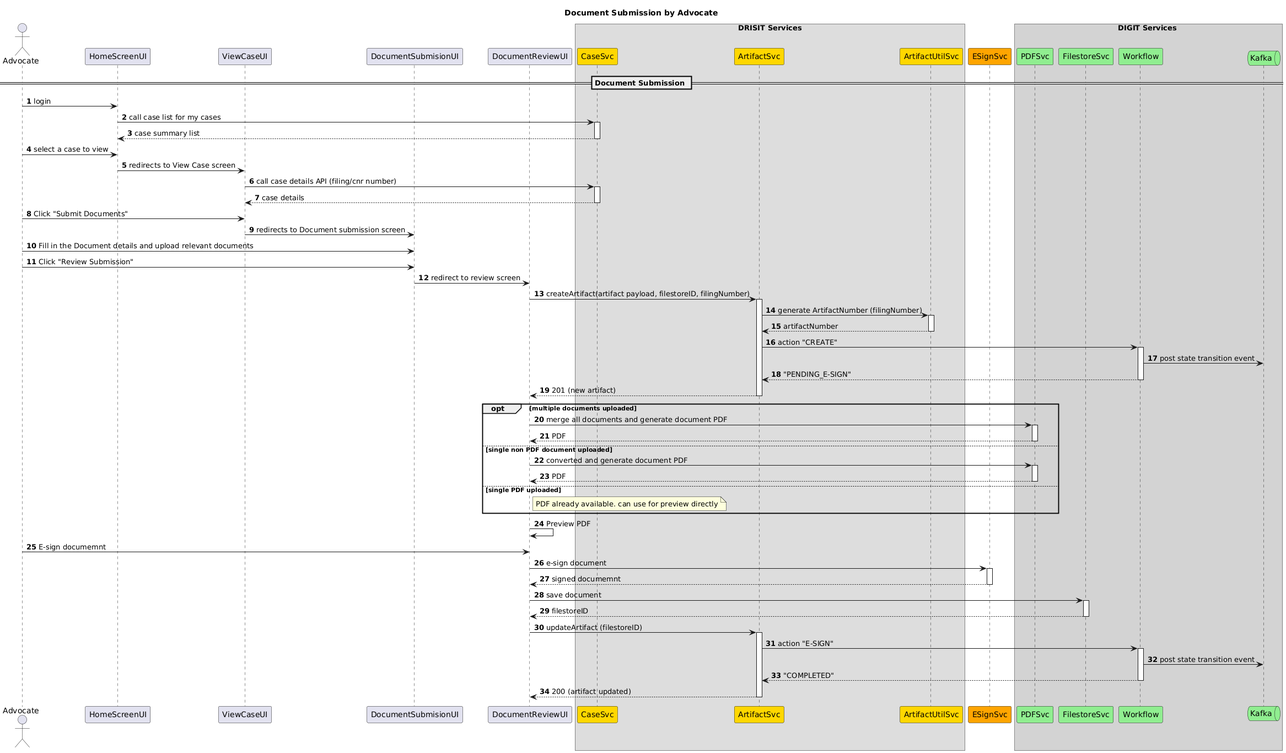
Before: docs/UI_Sequence_Diagrams/DocumentSubmission/Diagrams/Advocate_Document_Submission.png, a diagram exported from PlantUML (pucardotorg/dristi).
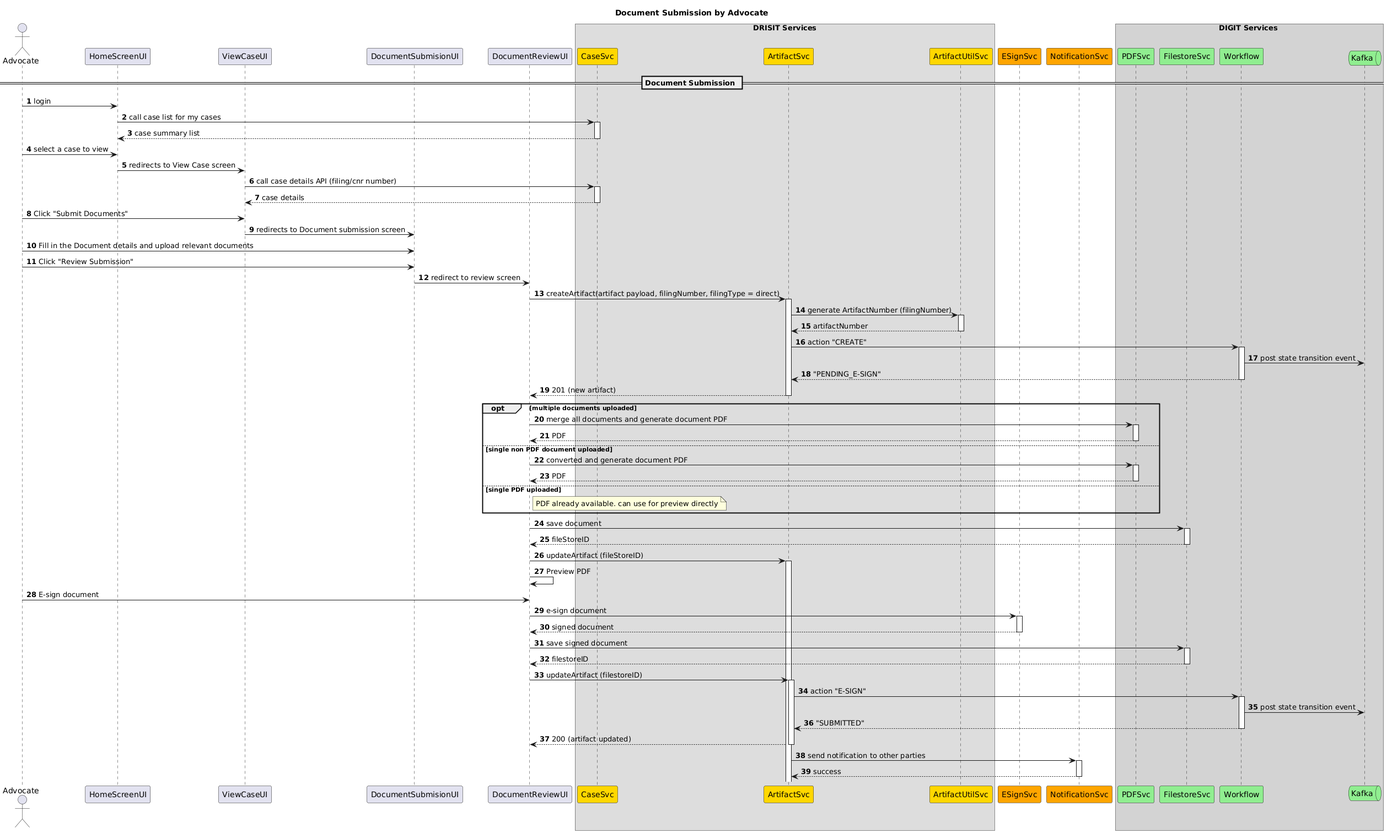
The same diagram one commit later.

Diff of the diagram source:
```diff
@@ -11,7 +11,6 @@
 participant DocumentSubmisionUI as DU
 participant DocumentReviewUI as DRU
 
-
 box DRISIT Services
 participant CaseSvc as CS #gold
 participant ArtifactSvc as ARS #gold
@@ -19,6 +18,7 @@
 end box
 
 participant ESignSvc as ES #orange
+participant NotificationSvc as NS #orange
 
 box DIGIT Services #lightgray
 participant PDFSvc as PS #lightgreen
@@ -40,7 +40,7 @@
 A->DU: Fill in the Document details and upload relevant documents
 A->DU: Click "Review Submission"
 DU->DRU: redirect to review screen
-DRU->ARS++: createArtifact(artifact payload, filestoreID, filingNumber)
+DRU->ARS++: createArtifact(artifact payload, filingNumber, filingType = direct)
 ARS->ARUS++: generate ArtifactNumber (filingNumber)
 return artifactNumber
 ARS->W++: action "CREATE"
@@ -56,15 +56,20 @@
 else single PDF uploaded
 note right of DRU: PDF already available. can use for preview directly
 end
+DRU->FS++: save document
+return fileStoreID
+DRU->ARS++: updateArtifact (fileStoreID)
 DRU->DRU: Preview PDF
-A->DRU: E-sign documemnt
+A->DRU: E-sign document
 DRU->ES++: e-sign document
-return signed documemnt
-DRU->FS++: save document
+return signed document
+DRU->FS++: save signed document
 return filestoreID
 DRU->ARS++: updateArtifact (filestoreID)
 ARS->W++: action "E-SIGN"
 W->K: post state transition event
-return "COMPLETED"
+return "SUBMITTED"
 return 200 (artifact updated)
-@enduml
+ARS->NS++: send notification to other parties
+return success
+@endum
```
